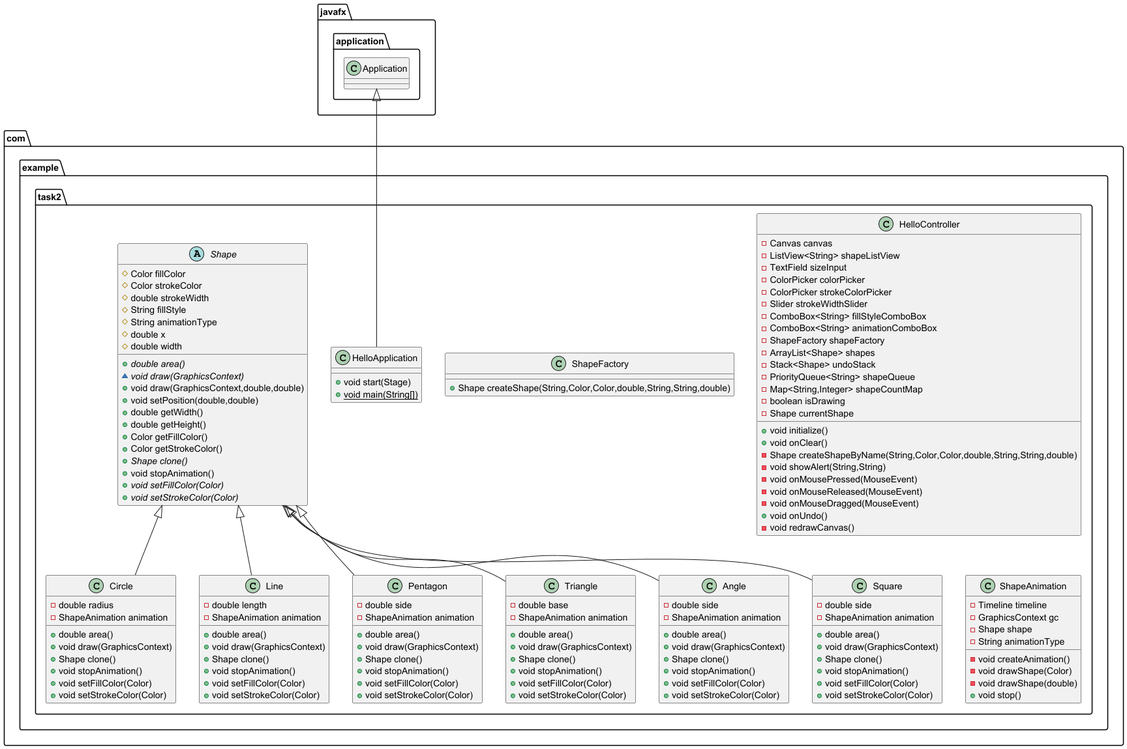
Earlier version of the PlantUML export src/screenshots/ClassDiagram-task8.png (23yulia03/Task2).
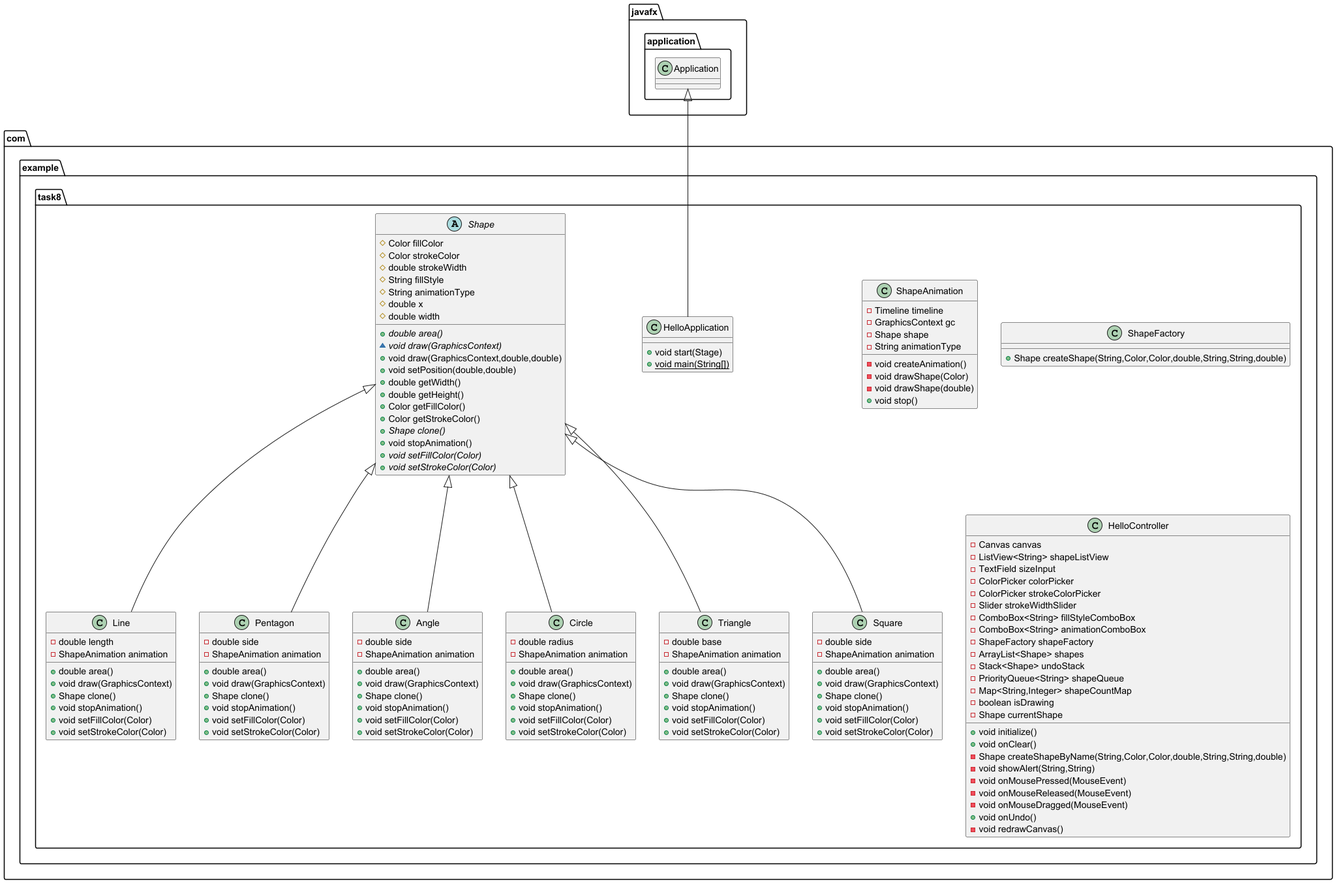
Later version of the same file.

Commit message:
task8-Декоратор

Change to the diagram source:
```diff
@@ -1,9 +1,57 @@
 @startuml
-class com.example.task2.ShapeFactory {
+class com.example.task8.Line {
+- double length
+- ShapeAnimation animation
++ double area()
++ void draw(GraphicsContext)
++ Shape clone()
++ void stopAnimation()
++ void setFillColor(Color)
++ void setStrokeColor(Color)
+}
+
+
+class com.example.task8.Pentagon {
+- double side
+- ShapeAnimation animation
++ double area()
++ void draw(GraphicsContext)
++ Shape clone()
++ void stopAnimation()
++ void setFillColor(Color)
++ void setStrokeColor(Color)
+}
+
+
+class com.example.task8.ShapeAnimation {
+- Timeline timeline
+- GraphicsContext gc
+- Shape shape
+- String animationType
+- void createAnimation()
+- void drawShape(Color)
+- void drawShape(double)
++ void stop()
+}
+
+
+class com.example.task8.ShapeFactory {
 + Shape createShape(String,Color,Color,double,String,String,double)
 }
 
-class com.example.task2.Circle {
+class com.example.task8.Angle {
+- double side
+- ShapeAnimation animation
++ double area()
++ void draw(GraphicsContext)
++ Shape clone()
++ void stopAnimation()
++ void setFillColor(Color)
++ void setStrokeColor(Color)
+}
+
+
+class com.example.task8.Circle {
 - double radius
 - ShapeAnimation animation
 + double area()
@@ -15,7 +63,24 @@
 }
 
 
-class com.example.task2.HelloController {
+class com.example.task8.HelloApplication {
++ void start(Stage)
++ {static} void main(String[])
+}
+
+class com.example.task8.Triangle {
+- double base
+- ShapeAnimation animation
++ double area()
++ void draw(GraphicsContext)
++ Shape clone()
++ void stopAnimation()
++ void setFillColor(Color)
++ void setStrokeColor(Color)
+}
+
+
+class com.example.task8.HelloController {
 - Canvas canvas
 - ListView<String> shapeListView
 - TextField sizeInput
@@ -43,12 +108,19 @@
 }
 
 
-class com.example.task2.HelloApplication {
-+ void start(Stage)
-+ {static} void main(String[])
+class com.example.task8.Square {
+- double side
+- ShapeAnimation animation
++ double area()
++ void draw(GraphicsContext)
++ Shape clone()
++ void stopAnimation()
++ void setFillColor(Color)
++ void setStrokeColor(Color)
 }
 
-abstract class com.example.task2.Shape {
+
+abstract class com.example.task8.Shape {
 # Color fillColor
 # Color strokeColor
 # double strokeWidth
@@ -71,85 +143,13 @@
 }
 
 
-class com.example.task2.Line {
-- double length
-- ShapeAnimation animation
-+ double area()
-+ void draw(GraphicsContext)
-+ Shape clone()
-+ void stopAnimation()
-+ void setFillColor(Color)
-+ void setStrokeColor(Color)
-}
 
 
-class com.example.task2.Pentagon {
-- double side
-- ShapeAnimation animation
-+ double area()
-+ void draw(GraphicsContext)
-+ Shape clone()
-+ void stopAnimation()
-+ void setFillColor(Color)
-+ void setStrokeColor(Color)
-}
-
-
-class com.example.task2.ShapeAnimation {
-- Timeline timeline
-- GraphicsContext gc
-- Shape shape
-- String animationType
-- void createAnimation()
-- void drawShape(Color)
-- void drawShape(double)
-+ void stop()
-}
-
-
-class com.example.task2.Triangle {
-- double base
-- ShapeAnimation animation
-+ double area()
-+ void draw(GraphicsContext)
-+ Shape clone()
-+ void stopAnimation()
-+ void setFillColor(Color)
-+ void setStrokeColor(Color)
-}
-
-
-class com.example.task2.Angle {
-- double side
-- ShapeAnimation animation
-+ double area()
-+ void draw(GraphicsContext)
-+ Shape clone()
-+ void stopAnimation()
-+ void setFillColor(Color)
-+ void setStrokeColor(Color)
-}
-
-
-class com.example.task2.Square {
-- double side
-- ShapeAnimation animation
-+ double area()
-+ void draw(GraphicsContext)
-+ Shape clone()
-+ void stopAnimation()
-+ void setFillColor(Color)
-+ void setStrokeColor(Color)
-}
-
-
-
-
-com.example.task2.Shape <|-- com.example.task2.Circle
-javafx.application.Application <|-- com.example.task2.HelloApplication
-com.example.task2.Shape <|-- com.example.task2.Line
-com.example.task2.Shape <|-- com.example.task2.Pentagon
-com.example.task2.Shape <|-- com.example.task2.Triangle
-com.example.task2.Shape <|-- com.example.task2.Angle
-com.example.task2.Shape <|-- com.example.task2.Square
+com.example.task8.Shape <|-- com.example.task8.Line
+com.example.task8.Shape <|-- com.example.task8.Pentagon
+com.example.task8.Shape <|-- com.example.task8.Angle
+com.example.task8.Shape <|-- com.example.task8.Circle
+javafx.application.Application <|-- com.example.task8.HelloApplication
+com.example.task8.Shape <|-- com.example.task8.Triangle
+com.example.task8.Shape <|-- com.example.task8.Square
 @enduml
```
